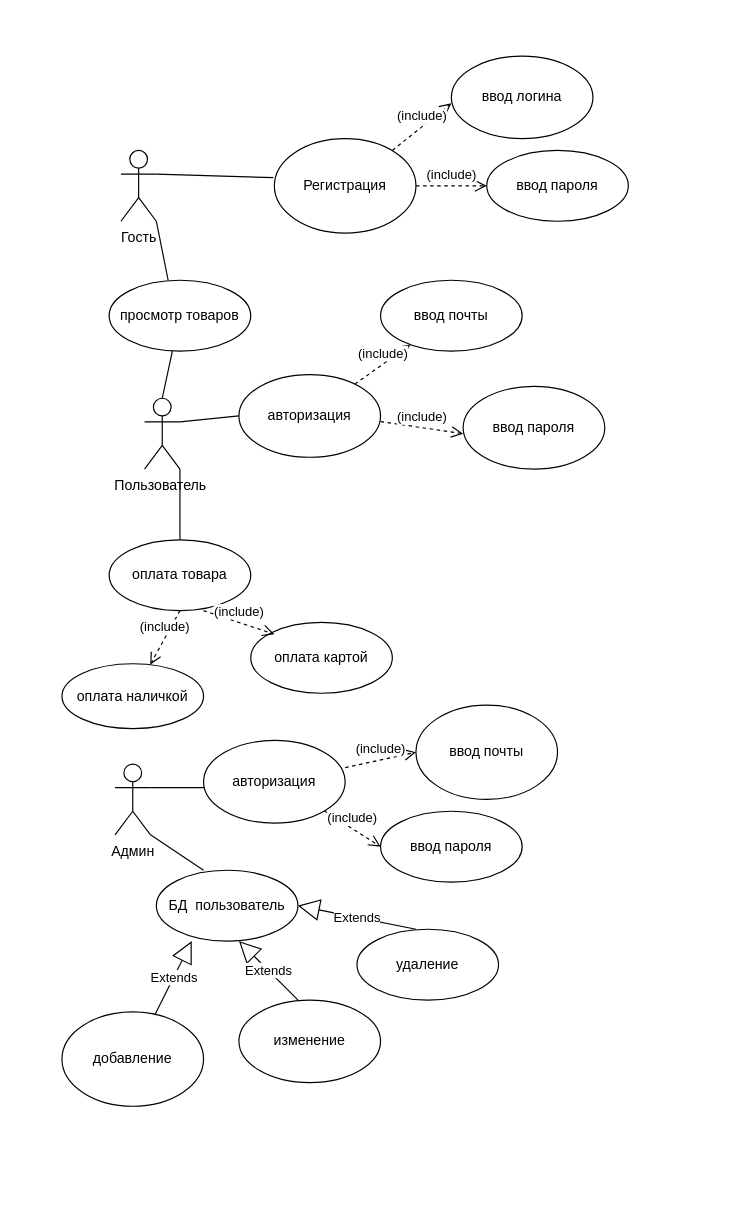
This is Untitled Diagram.drawio from danil1nanatolyi/zadaza-3, a draw.io file, before an edit. Source tidied: cells renumbered, new cells numbered last; positions are measured from the earlier drawing's top-left corner, leaving out a move shared by most shapes. Both pictures are drawn from the tidied source at 118%, with x=0, y=0 at pixel (61, 55).
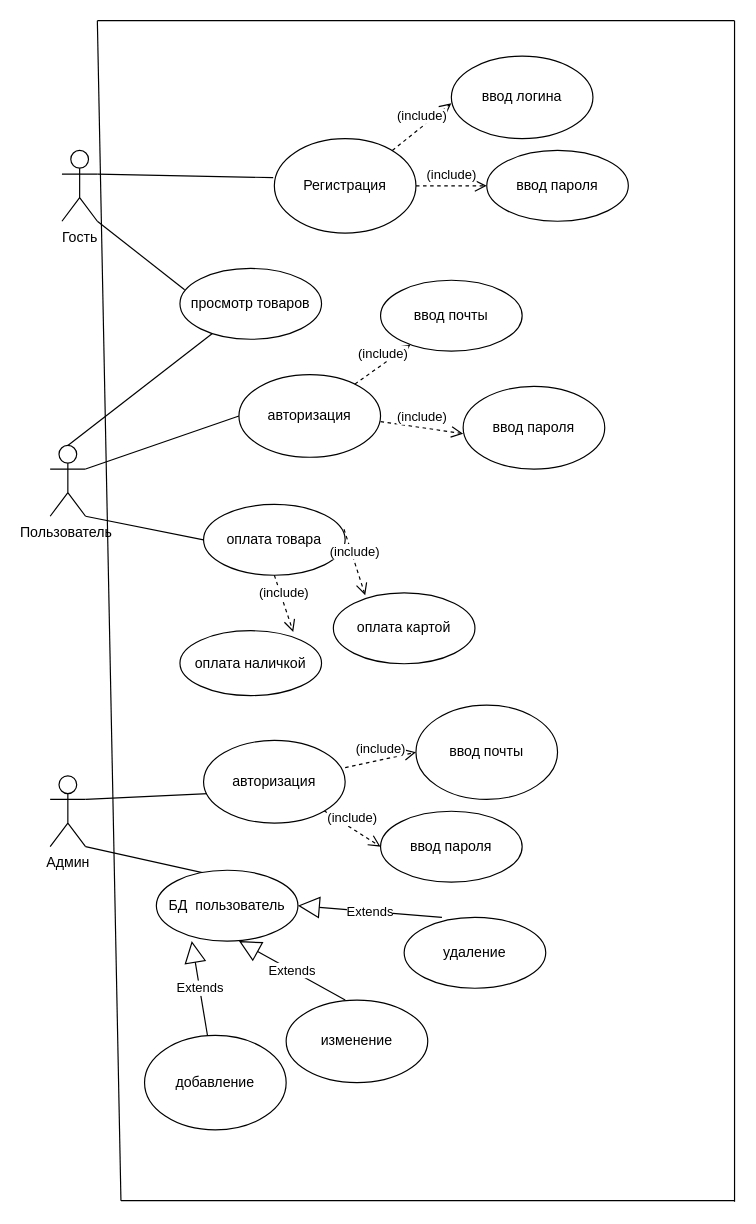
Above is the later version.

Unchanged cells that the change refers to:
```xml
<mxCell id="28" value="авторизация" style="ellipse;whiteSpace=wrap;html=1;" parent="1" vertex="1">
  <mxGeometry x="120" y="580" width="120" height="70" as="geometry" />
</mxCell>
<mxCell id="34" value="БД&amp;nbsp; пользователь" style="ellipse;whiteSpace=wrap;html=1;" parent="1" vertex="1">
  <mxGeometry x="80" y="690" width="120" height="60" as="geometry" />
</mxCell>
```

Diff of the diagram source:
```diff
@@
     <mxCell id="2" value="Гость" style="shape=umlActor;verticalLabelPosition=bottom;verticalAlign=top;html=1;outlineConnect=0;" parent="1" vertex="1">
-      <mxGeometry x="50" y="80" width="30" height="60" as="geometry" />
+      <mxGeometry y="80" width="30" height="60" as="geometry" />
     </mxCell>
     <mxCell id="3" value="Пользователь&amp;nbsp;" style="shape=umlActor;verticalLabelPosition=bottom;verticalAlign=top;html=1;outlineConnect=0;" parent="1" vertex="1">
-      <mxGeometry x="70" y="290" width="30" height="60" as="geometry" />
+      <mxGeometry x="-10" y="330" width="30" height="60" as="geometry" />
     </mxCell>
     <mxCell id="4" value="Админ" style="shape=umlActor;verticalLabelPosition=bottom;verticalAlign=top;html=1;outlineConnect=0;" parent="1" vertex="1">
-      <mxGeometry x="45" y="600" width="30" height="60" as="geometry" />
+      <mxGeometry x="-10" y="610" width="30" height="60" as="geometry" />
     </mxCell>
     <mxCell id="5" value="просмотр товаров" style="ellipse;whiteSpace=wrap;html=1;" parent="1" vertex="1">
-      <mxGeometry x="40" y="190" width="120" height="60" as="geometry" />
+      <mxGeometry x="100" y="180" width="120" height="60" as="geometry" />
     </mxCell>
@@
-    <mxCell id="8" style="endArrow=none;html=1;rounded=0;" parent="1" edge="1">
-      <mxGeometry relative="1" as="geometry">
-        <mxPoint x="80" y="140" as="sourcePoint" />
-        <mxPoint x="90" y="190" as="targetPoint" />
-      </mxGeometry>
+    <mxCell id="8" style="endArrow=none;html=1;rounded=0;exitX=1;exitY=1;exitDx=0;exitDy=0;exitPerimeter=0;entryX=0.033;entryY=0.3;entryDx=0;entryDy=0;entryPerimeter=0;" parent="1" edge="1" source="2" target="5">
+      <mxGeometry relative="1" as="geometry" />
     </mxCell>
@@
     <mxCell id="20" value="оплата товара" style="ellipse;whiteSpace=wrap;html=1;" parent="1" vertex="1">
-      <mxGeometry x="40" y="410" width="120" height="60" as="geometry" />
+      <mxGeometry x="120" y="380" width="120" height="60" as="geometry" />
     </mxCell>
-    <mxCell id="21" style="endArrow=none;html=1;rounded=0;" parent="1" edge="1">
-      <mxGeometry relative="1" as="geometry">
-        <mxPoint x="100" y="410" as="sourcePoint" />
-        <mxPoint x="100" y="350" as="targetPoint" />
-      </mxGeometry>
+    <mxCell id="21" style="endArrow=none;html=1;rounded=0;entryX=1;entryY=1;entryDx=0;entryDy=0;entryPerimeter=0;exitX=0;exitY=0.5;exitDx=0;exitDy=0;" parent="1" edge="1" source="20" target="3">
+      <mxGeometry relative="1" as="geometry" />
     </mxCell>
     <mxCell id="22" value="оплата картой" style="ellipse;whiteSpace=wrap;html=1;" parent="1" vertex="1">
-      <mxGeometry x="160" y="480" width="120" height="60" as="geometry" />
+      <mxGeometry x="230" y="455" width="120" height="60" as="geometry" />
     </mxCell>
     <mxCell id="23" value="оплата наличкой" style="ellipse;whiteSpace=wrap;html=1;" parent="1" vertex="1">
-      <mxGeometry y="515" width="120" height="55" as="geometry" />
+      <mxGeometry x="100" y="487" width="120" height="55" as="geometry" />
     </mxCell>
@@
-    <mxCell id="25" value="(include)" style="html=1;verticalAlign=bottom;endArrow=open;dashed=1;endSize=8;rounded=0;" parent="1" edge="1">
-      <mxGeometry relative="1" as="geometry">
-        <mxPoint x="120" y="470" as="sourcePoint" />
-        <mxPoint x="180" y="490" as="targetPoint" />
-      </mxGeometry>
+    <mxCell id="25" value="(include)" style="html=1;verticalAlign=bottom;endArrow=open;dashed=1;endSize=8;rounded=0;exitX=0.992;exitY=0.35;exitDx=0;exitDy=0;exitPerimeter=0;entryX=0.225;entryY=0.033;entryDx=0;entryDy=0;entryPerimeter=0;" parent="1" edge="1" source="20" target="22">
+      <mxGeometry relative="1" as="geometry" />
     </mxCell>
-    <mxCell id="26" value="(include)" style="html=1;verticalAlign=bottom;endArrow=open;dashed=1;endSize=8;rounded=0;exitX=0.5;exitY=1;exitDx=0;exitDy=0;" parent="1" edge="1" source="20" target="23">
+    <mxCell id="26" value="(include)" style="html=1;verticalAlign=bottom;endArrow=open;dashed=1;endSize=8;rounded=0;exitX=0.5;exitY=1;exitDx=0;exitDy=0;entryX=0.8;entryY=0.018;entryDx=0;entryDy=0;entryPerimeter=0;" parent="1" edge="1" source="20" target="23">
       <mxGeometry relative="1" as="geometry" />
     </mxCell>
-    <mxCell id="27" style="endArrow=none;html=1;rounded=0;" parent="1" edge="1">
-      <mxGeometry relative="1" as="geometry">
-        <mxPoint x="75" y="620" as="sourcePoint" />
-        <mxPoint x="130" y="620" as="targetPoint" />
-      </mxGeometry>
+    <mxCell id="27" style="endArrow=none;html=1;rounded=0;entryX=0.033;entryY=0.643;entryDx=0;entryDy=0;entryPerimeter=0;exitX=1;exitY=0.3333333333333333;exitDx=0;exitDy=0;exitPerimeter=0;" parent="1" edge="1" source="4" target="28">
+      <mxGeometry relative="1" as="geometry" />
     </mxCell>
@@
-    <mxCell id="33" style="endArrow=none;html=1;rounded=0;" parent="1" edge="1">
-      <mxGeometry relative="1" as="geometry">
-        <mxPoint x="75" y="660" as="sourcePoint" />
-        <mxPoint x="120" y="690" as="targetPoint" />
-      </mxGeometry>
+    <mxCell id="33" style="endArrow=none;html=1;rounded=0;exitX=1;exitY=1;exitDx=0;exitDy=0;exitPerimeter=0;entryX=0.325;entryY=0.033;entryDx=0;entryDy=0;entryPerimeter=0;" parent="1" edge="1" source="4" target="34">
+      <mxGeometry relative="1" as="geometry" />
     </mxCell>
@@
     <mxCell id="36" value="изменение" style="ellipse;whiteSpace=wrap;html=1;" parent="1" vertex="1">
-      <mxGeometry x="150" y="800" width="120" height="70" as="geometry" />
+      <mxGeometry x="190" y="800" width="120" height="70" as="geometry" />
     </mxCell>
     <mxCell id="37" value="добавление" style="ellipse;whiteSpace=wrap;html=1;" parent="1" vertex="1">
-      <mxGeometry y="810" width="120" height="80" as="geometry" />
+      <mxGeometry x="70" y="830" width="120" height="80" as="geometry" />
     </mxCell>
-    <mxCell id="38" value="Extends" style="endArrow=block;endSize=16;endFill=0;html=1;rounded=0;" parent="1" edge="1">
+    <mxCell id="38" value="Extends" style="endArrow=block;endSize=16;endFill=0;html=1;rounded=0;exitX=0.267;exitY=0;exitDx=0;exitDy=0;exitPerimeter=0;" parent="1" edge="1" source="39">
       <mxGeometry relative="1" as="geometry">
-        <mxPoint x="300" y="740" as="sourcePoint" />
         <mxPoint x="200" y="720" as="targetPoint" />
       </mxGeometry>
     </mxCell>
     <mxCell id="39" value="удаление" style="ellipse;whiteSpace=wrap;html=1;" parent="1" vertex="1">
-      <mxGeometry x="250" y="740" width="120" height="60" as="geometry" />
+      <mxGeometry x="290" y="730" width="120" height="60" as="geometry" />
     </mxCell>
+    <mxCell id="40" style="endArrow=none;html=1;rounded=0;" parent="1" edge="1">
+      <mxGeometry relative="1" as="geometry">
+        <mxPoint x="30" y="-30" as="sourcePoint" />
+        <mxPoint x="570" y="-30" as="targetPoint" />
+      </mxGeometry>
+    </mxCell>
+    <mxCell id="41" style="endArrow=none;html=1;rounded=0;" parent="1" edge="1">
+      <mxGeometry relative="1" as="geometry">
+        <mxPoint x="50" y="970" as="sourcePoint" />
+        <mxPoint x="30" y="-30" as="targetPoint" />
+      </mxGeometry>
+    </mxCell>
+    <mxCell id="42" style="endArrow=none;html=1;rounded=0;" parent="1" edge="1">
+      <mxGeometry relative="1" as="geometry">
+        <mxPoint x="50" y="970" as="sourcePoint" />
+        <mxPoint x="570" y="970" as="targetPoint" />
+      </mxGeometry>
+    </mxCell>
+    <mxCell id="43" style="endArrow=none;html=1;rounded=0;" parent="1" edge="1">
+      <mxGeometry relative="1" as="geometry">
+        <mxPoint x="570" y="971" as="sourcePoint" />
+        <mxPoint x="570" y="-30" as="targetPoint" />
+      </mxGeometry>
+    </mxCell>
```
